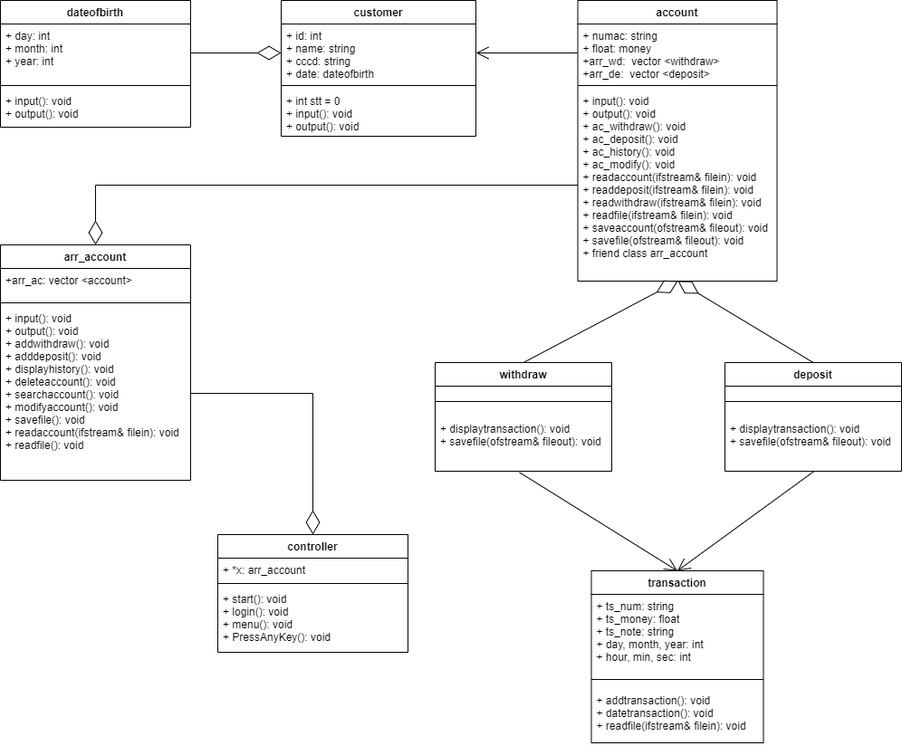
ngoctoan08/bank_management keeps this draw.io diagram as mo_hinh_lop.png. Above is the earlier version. Source tidied: cells renumbered, new cells last; positions are measured from the earlier drawing's top-left corner, leaving out a move shared by most shapes.
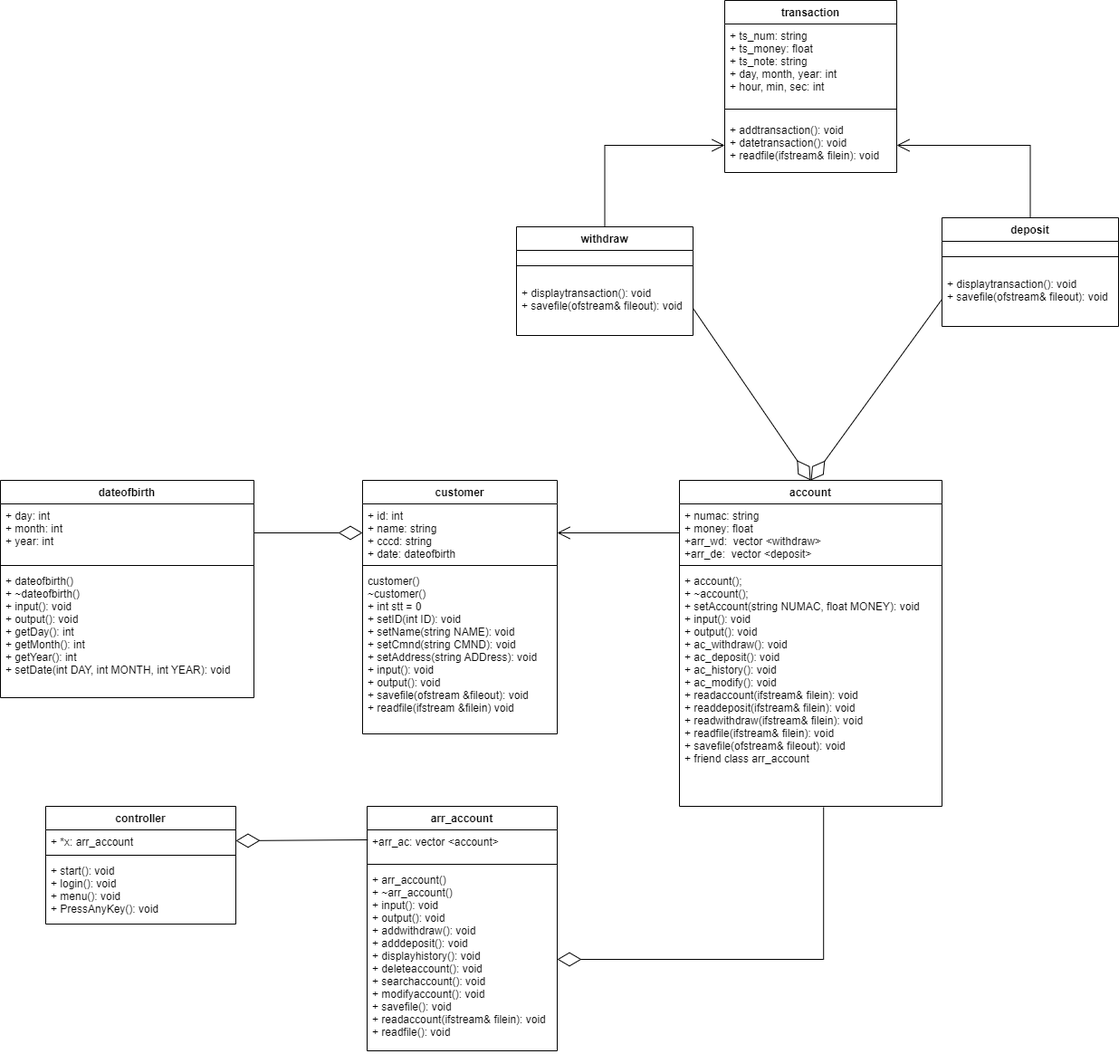
Above is the later version.

Commit message:
mo hinh lop

Change to the diagram source:
```diff
@@ -3,19 +3,19 @@
     <mxCell id="0" />
     <mxCell id="1" parent="0" />
     <mxCell id="2" value="dateofbirth" style="swimlane;fontStyle=1;align=center;verticalAlign=top;horizontal=1;startSize=26;" parent="1" vertex="1">
-      <mxGeometry width="210" height="140" as="geometry" />
+      <mxGeometry x="-130" y="-590" width="280" height="240" as="geometry" />
     </mxCell>
     <mxCell id="3" value="+ day: int&#10;+ month: int&#10;+ year: int" style="text;strokeColor=none;fillColor=none;align=left;verticalAlign=top;spacingLeft=4;spacingRight=4;overflow=hidden;points=[[0,0.5],[1,0.5]];portConstraint=eastwest;" parent="2" vertex="1">
-      <mxGeometry y="26" width="210" height="64" as="geometry" />
+      <mxGeometry y="26" width="280" height="64" as="geometry" />
     </mxCell>
     <mxCell id="4" style="line;strokeWidth=1;fillColor=none;align=left;verticalAlign=middle;spacingTop=-1;spacingLeft=3;spacingRight=3;labelPosition=right;" parent="2" vertex="1">
-      <mxGeometry y="90" width="210" height="8" as="geometry" />
+      <mxGeometry y="90" width="280" height="8" as="geometry" />
     </mxCell>
-    <mxCell id="5" value="+ input(): void&#10;+ output(): void" style="text;strokeColor=none;fillColor=none;align=left;verticalAlign=top;spacingLeft=4;spacingRight=4;overflow=hidden;" parent="2" vertex="1">
-      <mxGeometry y="98" width="210" height="42" as="geometry" />
+    <mxCell id="5" value="+ dateofbirth()&#10;+ ~dateofbirth()&#10;+ input(): void&#10;+ output(): void&#10;+ getDay(): int&#10;+ getMonth(): int&#10;+ getYear(): int&#10;+ setDate(int DAY, int MONTH, int YEAR): void" style="text;strokeColor=none;fillColor=none;align=left;verticalAlign=top;spacingLeft=4;spacingRight=4;overflow=hidden;" parent="2" vertex="1">
+      <mxGeometry y="98" width="280" height="142" as="geometry" />
     </mxCell>
     <mxCell id="6" value="customer" style="swimlane;fontStyle=1;align=center;verticalAlign=top;horizontal=1;startSize=26;" parent="1" vertex="1">
-      <mxGeometry x="310" width="215" height="150" as="geometry" />
+      <mxGeometry x="270" y="-590" width="215" height="280" as="geometry" />
     </mxCell>
     <mxCell id="7" value="+ id: int&#10;+ name: string&#10;+ cccd: string&#10;+ date: dateofbirth" style="text;strokeColor=none;fillColor=none;align=left;verticalAlign=top;spacingLeft=4;spacingRight=4;overflow=hidden;points=[[0,0.5],[1,0.5]];portConstraint=eastwest;" parent="6" vertex="1">
       <mxGeometry y="26" width="215" height="64" as="geometry" />
@@ -23,23 +23,23 @@
     <mxCell id="8" style="line;strokeWidth=1;fillColor=none;align=left;verticalAlign=middle;spacingTop=-1;spacingLeft=3;spacingRight=3;labelPosition=right;" parent="6" vertex="1">
       <mxGeometry y="90" width="215" height="8" as="geometry" />
     </mxCell>
-    <mxCell id="9" value="+ int stt = 0&#10;+ input(): void&#10;+ output(): void&#10;" style="text;strokeColor=none;fillColor=none;align=left;verticalAlign=top;spacingLeft=4;spacingRight=4;overflow=hidden;" parent="6" vertex="1">
-      <mxGeometry y="98" width="215" height="52" as="geometry" />
+    <mxCell id="9" value="customer()&#10;~customer()&#10;+ int stt = 0&#10;+ setID(int ID): void&#10;+ setName(string NAME): void&#10;+ setCmnd(string CMND): void&#10;+ setAddress(string ADDress): void&#10;+ input(): void&#10;+ output(): void&#10;+ savefile(ofstream &amp;fileout): void&#10;+ readfile(ifstream &amp;filein) void&#10;" style="text;strokeColor=none;fillColor=none;align=left;verticalAlign=top;spacingLeft=4;spacingRight=4;overflow=hidden;" parent="6" vertex="1">
+      <mxGeometry y="98" width="215" height="182" as="geometry" />
     </mxCell>
     <mxCell id="10" value="account" style="swimlane;fontStyle=1;align=center;verticalAlign=top;horizontal=1;startSize=26;" parent="1" vertex="1">
-      <mxGeometry x="637.5" width="220" height="310" as="geometry" />
+      <mxGeometry x="620" y="-590" width="290" height="360" as="geometry" />
     </mxCell>
-    <mxCell id="11" value="+ numac: string&#10;+ float: money&#10;+arr_wd:  vector &lt;withdraw&gt; &#10;+arr_de:  vector &lt;deposit&gt; " style="text;strokeColor=none;fillColor=none;align=left;verticalAlign=top;spacingLeft=4;spacingRight=4;overflow=hidden;points=[[0,0.5],[1,0.5]];portConstraint=eastwest;" parent="10" vertex="1">
-      <mxGeometry y="26" width="220" height="64" as="geometry" />
+    <mxCell id="11" value="+ numac: string&#10;+ money: float&#10;+arr_wd:  vector &lt;withdraw&gt; &#10;+arr_de:  vector &lt;deposit&gt; " style="text;strokeColor=none;fillColor=none;align=left;verticalAlign=top;spacingLeft=4;spacingRight=4;overflow=hidden;points=[[0,0.5],[1,0.5]];portConstraint=eastwest;" parent="10" vertex="1">
+      <mxGeometry y="26" width="290" height="64" as="geometry" />
     </mxCell>
     <mxCell id="12" style="line;strokeWidth=1;fillColor=none;align=left;verticalAlign=middle;spacingTop=-1;spacingLeft=3;spacingRight=3;labelPosition=right;" parent="10" vertex="1">
-      <mxGeometry y="90" width="220" height="8" as="geometry" />
+      <mxGeometry y="90" width="290" height="8" as="geometry" />
     </mxCell>
-    <mxCell id="13" value="+ input(): void&#10;+ output(): void&#10;+ ac_withdraw(): void&#10;+ ac_deposit(): void&#10;+ ac_history(): void&#10;+ ac_modify(): void&#10;+ readaccount(ifstream&amp; filein): void&#10;+ readdeposit(ifstream&amp; filein): void&#10;+ readwithdraw(ifstream&amp; filein): void&#10;+ readfile(ifstream&amp; filein): void&#10;+ saveaccount(ofstream&amp; fileout): void&#10;+ savefile(ofstream&amp; fileout): void&#10;+ friend class arr_account&#10;" style="text;strokeColor=none;fillColor=none;align=left;verticalAlign=top;spacingLeft=4;spacingRight=4;overflow=hidden;points=[[0,0.5],[1,0.5]];portConstraint=eastwest;" parent="10" vertex="1">
-      <mxGeometry y="98" width="220" height="212" as="geometry" />
+    <mxCell id="13" value="+ account();&#10;+ ~account();&#10;+ setAccount(string NUMAC, float MONEY): void&#10;+ input(): void&#10;+ output(): void&#10;+ ac_withdraw(): void&#10;+ ac_deposit(): void&#10;+ ac_history(): void&#10;+ ac_modify(): void&#10;+ readaccount(ifstream&amp; filein): void&#10;+ readdeposit(ifstream&amp; filein): void&#10;+ readwithdraw(ifstream&amp; filein): void&#10;+ readfile(ifstream&amp; filein): void&#10;+ savefile(ofstream&amp; fileout): void&#10;+ friend class arr_account&#10;" style="text;strokeColor=none;fillColor=none;align=left;verticalAlign=top;spacingLeft=4;spacingRight=4;overflow=hidden;points=[[0,0.5],[1,0.5]];portConstraint=eastwest;" parent="10" vertex="1">
+      <mxGeometry y="98" width="290" height="262" as="geometry" />
     </mxCell>
     <mxCell id="14" value="arr_account" style="swimlane;fontStyle=1;align=center;verticalAlign=top;horizontal=1;startSize=26;" parent="1" vertex="1">
-      <mxGeometry y="270" width="210" height="260" as="geometry" />
+      <mxGeometry x="275" y="-230" width="210" height="270" as="geometry" />
     </mxCell>
     <mxCell id="15" value="+arr_ac: vector &lt;account&gt;  " style="text;strokeColor=none;fillColor=none;align=left;verticalAlign=top;spacingLeft=4;spacingRight=4;overflow=hidden;points=[[0,0.5],[1,0.5]];portConstraint=eastwest;" parent="14" vertex="1">
       <mxGeometry y="26" width="210" height="34" as="geometry" />
@@ -47,8 +47,8 @@
     <mxCell id="16" style="line;strokeWidth=1;fillColor=none;align=left;verticalAlign=middle;spacingTop=-1;spacingLeft=3;spacingRight=3;labelPosition=right;" parent="14" vertex="1">
       <mxGeometry y="60" width="210" height="8" as="geometry" />
     </mxCell>
-    <mxCell id="17" value="+ input(): void&#10;+ output(): void&#10;+ addwithdraw(): void&#10;+ adddeposit(): void&#10;+ displayhistory(): void&#10;+ deleteaccount(): void&#10;+ searchaccount(): void&#10;+ modifyaccount(): void&#10;+ savefile(): void&#10;+ readaccount(ifstream&amp; filein): void&#10;+ readfile(): void" style="text;strokeColor=none;fillColor=none;align=left;verticalAlign=top;spacingLeft=4;spacingRight=4;overflow=hidden;points=[[0,0.5],[1,0.5]];portConstraint=eastwest;" parent="14" vertex="1">
-      <mxGeometry y="68" width="210" height="192" as="geometry" />
+    <mxCell id="17" value="+ arr_account()&#10;+ ~arr_account()&#10;+ input(): void&#10;+ output(): void&#10;+ addwithdraw(): void&#10;+ adddeposit(): void&#10;+ displayhistory(): void&#10;+ deleteaccount(): void&#10;+ searchaccount(): void&#10;+ modifyaccount(): void&#10;+ savefile(): void&#10;+ readaccount(ifstream&amp; filein): void&#10;+ readfile(): void" style="text;strokeColor=none;fillColor=none;align=left;verticalAlign=top;spacingLeft=4;spacingRight=4;overflow=hidden;points=[[0,0.5],[1,0.5]];portConstraint=eastwest;" parent="14" vertex="1">
+      <mxGeometry y="68" width="210" height="202" as="geometry" />
     </mxCell>
     <mxCell id="18" style="endArrow=open;endFill=1;endSize=12;html=1;rounded=0;exitX=0;exitY=0.5;exitDx=0;exitDy=0;entryX=1;entryY=0.5;entryDx=0;entryDy=0;" parent="1" edge="1" source="11" target="7">
       <mxGeometry relative="1" as="geometry" />
@@ -57,7 +57,7 @@
       <mxGeometry relative="1" as="geometry" />
     </mxCell>
     <mxCell id="20" value="transaction" style="swimlane;fontStyle=1;align=center;verticalAlign=top;horizontal=1;startSize=26;" parent="1" vertex="1">
-      <mxGeometry x="652.5" y="630" width="190" height="190" as="geometry" />
+      <mxGeometry x="670" y="-1120" width="190" height="190" as="geometry" />
     </mxCell>
     <mxCell id="21" value="+ ts_num: string&#10;+ ts_money: float&#10;+ ts_note: string&#10;+ day, month, year: int&#10;+ hour, min, sec: int" style="text;strokeColor=none;fillColor=none;align=left;verticalAlign=top;spacingLeft=4;spacingRight=4;overflow=hidden;" parent="20" vertex="1">
       <mxGeometry y="26" width="190" height="84" as="geometry" />
@@ -69,7 +69,7 @@
       <mxGeometry y="130" width="190" height="60" as="geometry" />
     </mxCell>
     <mxCell id="24" value="deposit" style="swimlane;fontStyle=1;align=center;verticalAlign=top;horizontal=1;startSize=26;" parent="1" vertex="1">
-      <mxGeometry x="800" y="400" width="195" height="120" as="geometry" />
+      <mxGeometry x="910" y="-880" width="195" height="120" as="geometry" />
     </mxCell>
     <mxCell id="25" style="line;strokeWidth=1;fillColor=none;align=left;verticalAlign=middle;spacingTop=-1;spacingLeft=3;spacingRight=3;labelPosition=right;" parent="24" vertex="1">
       <mxGeometry y="26" width="195" height="34" as="geometry" />
@@ -78,7 +78,7 @@
       <mxGeometry y="60" width="195" height="60" as="geometry" />
     </mxCell>
     <mxCell id="27" value="withdraw" style="swimlane;fontStyle=1;align=center;verticalAlign=top;horizontal=1;startSize=26;" parent="1" vertex="1">
-      <mxGeometry x="480" y="400" width="195" height="120" as="geometry" />
+      <mxGeometry x="440" y="-870" width="195" height="120" as="geometry" />
     </mxCell>
     <mxCell id="28" style="line;strokeWidth=1;fillColor=none;align=left;verticalAlign=middle;spacingTop=-1;spacingLeft=3;spacingRight=3;labelPosition=right;" parent="27" vertex="1">
       <mxGeometry y="26" width="195" height="34" as="geometry" />
@@ -86,30 +86,23 @@
     <mxCell id="29" value="+ displaytransaction(): void&#10;+ savefile(ofstream&amp; fileout): void&#10;" style="text;strokeColor=none;fillColor=none;align=left;verticalAlign=top;spacingLeft=4;spacingRight=4;overflow=hidden;points=[[0,0.5],[1,0.5]];portConstraint=eastwest;" parent="27" vertex="1">
       <mxGeometry y="60" width="195" height="60" as="geometry" />
     </mxCell>
-    <mxCell id="30" style="endArrow=open;endFill=1;endSize=12;html=1;rounded=0;entryX=0.5;entryY=0;entryDx=0;entryDy=0;exitX=0.477;exitY=1.021;exitDx=0;exitDy=0;exitPerimeter=0;" parent="1" edge="1" source="29" target="20">
+    <mxCell id="30" style="endArrow=open;endFill=1;endSize=12;html=1;rounded=0;entryX=0;entryY=0.5;entryDx=0;entryDy=0;exitX=0.5;exitY=0;exitDx=0;exitDy=0;edgeStyle=orthogonalEdgeStyle;" parent="1" edge="1" source="27" target="23">
       <mxGeometry relative="1" as="geometry" />
     </mxCell>
-    <mxCell id="31" style="endArrow=open;endFill=1;endSize=12;html=1;rounded=0;exitX=0.503;exitY=1.005;exitDx=0;exitDy=0;entryX=0.5;entryY=0;entryDx=0;entryDy=0;exitPerimeter=0;" parent="1" edge="1" source="26" target="20">
+    <mxCell id="31" style="endArrow=open;endFill=1;endSize=12;html=1;rounded=0;exitX=0.5;exitY=0;exitDx=0;exitDy=0;entryX=1;entryY=0.5;entryDx=0;entryDy=0;edgeStyle=orthogonalEdgeStyle;" parent="1" edge="1" source="24" target="23">
       <mxGeometry relative="1" as="geometry" />
     </mxCell>
-    <mxCell id="32" style="endArrow=diamondThin;endFill=0;endSize=24;html=1;rounded=0;exitX=0.5;exitY=0;exitDx=0;exitDy=0;" parent="1" edge="1" source="27">
-      <mxGeometry relative="1" as="geometry">
-        <mxPoint x="748" y="310" as="targetPoint" />
-      </mxGeometry>
+    <mxCell id="32" style="endArrow=diamondThin;endFill=0;endSize=24;html=1;rounded=0;exitX=1;exitY=0.5;exitDx=0;exitDy=0;entryX=0.5;entryY=0;entryDx=0;entryDy=0;" parent="1" edge="1" source="29" target="10">
+      <mxGeometry relative="1" as="geometry" />
     </mxCell>
-    <mxCell id="33" style="endArrow=diamondThin;endFill=0;endSize=24;html=1;rounded=0;exitX=0.5;exitY=0;exitDx=0;exitDy=0;" parent="1" edge="1" source="24">
-      <mxGeometry relative="1" as="geometry">
-        <mxPoint x="748" y="310" as="targetPoint" />
-      </mxGeometry>
+    <mxCell id="33" style="endArrow=diamondThin;endFill=0;endSize=24;html=1;rounded=0;exitX=0;exitY=0.5;exitDx=0;exitDy=0;entryX=0.5;entryY=0;entryDx=0;entryDy=0;" parent="1" edge="1" source="26" target="10">
+      <mxGeometry relative="1" as="geometry" />
     </mxCell>
-    <mxCell id="34" style="endArrow=diamondThin;endFill=0;endSize=24;html=1;rounded=0;exitX=0;exitY=0.5;exitDx=0;exitDy=0;entryX=0.5;entryY=0;entryDx=0;entryDy=0;edgeStyle=orthogonalEdgeStyle;" parent="1" edge="1" source="13" target="14">
-      <mxGeometry relative="1" as="geometry" />
-    </mxCell>
     <mxCell id="35" style="edgeStyle=none;rounded=0;orthogonalLoop=1;jettySize=auto;html=1;exitX=0.75;exitY=0;exitDx=0;exitDy=0;" parent="1" edge="1" source="27" target="27">
       <mxGeometry relative="1" as="geometry" />
     </mxCell>
     <mxCell id="36" value="controller" style="swimlane;fontStyle=1;align=center;verticalAlign=top;horizontal=1;startSize=26;" parent="1" vertex="1">
-      <mxGeometry x="240" y="590" width="210" height="130" as="geometry" />
+      <mxGeometry x="-80" y="-230" width="210" height="130" as="geometry" />
     </mxCell>
     <mxCell id="37" value="+ *x: arr_account&#10;" style="text;strokeColor=none;fillColor=none;align=left;verticalAlign=top;spacingLeft=4;spacingRight=4;overflow=hidden;points=[[0,0.5],[1,0.5]];portConstraint=eastwest;" parent="36" vertex="1">
       <mxGeometry y="26" width="210" height="24" as="geometry" />
@@ -120,8 +113,11 @@
     <mxCell id="39" value="+ start(): void&#10;+ login(): void&#10;+ menu(): void&#10;+ PressAnyKey(): void&#10;" style="text;strokeColor=none;fillColor=none;align=left;verticalAlign=top;spacingLeft=4;spacingRight=4;overflow=hidden;" parent="36" vertex="1">
       <mxGeometry y="58" width="210" height="72" as="geometry" />
     </mxCell>
-    <mxCell id="40" style="endArrow=diamondThin;endFill=0;endSize=24;html=1;rounded=0;exitX=1;exitY=0.5;exitDx=0;exitDy=0;entryX=0.5;entryY=0;entryDx=0;entryDy=0;edgeStyle=orthogonalEdgeStyle;" parent="1" edge="1" source="17" target="36">
-      <mxGeometry relative="1" as="geometry" />
-    </mxCell>
+    <mxCell id="41" style="endArrow=diamondThin;endFill=0;endSize=24;html=1;rounded=0;entryX=1;entryY=0.5;entryDx=0;entryDy=0;exitX=0.549;exitY=1.004;exitDx=0;exitDy=0;exitPerimeter=0;edgeStyle=orthogonalEdgeStyle;" parent="1" edge="1" source="13" target="17">
+      <mxGeometry relative="1" as="geometry" />
+    </mxCell>
+    <mxCell id="42" style="endArrow=diamondThin;endFill=0;endSize=24;html=1;rounded=0;entryX=1;entryY=0.5;entryDx=0;entryDy=0;exitX=0.004;exitY=0.323;exitDx=0;exitDy=0;exitPerimeter=0;" parent="1" edge="1" source="15" target="37">
+      <mxGeometry relative="1" as="geometry" />
+    </mxCell>
   </root>
 </mxGraphModel>
```
